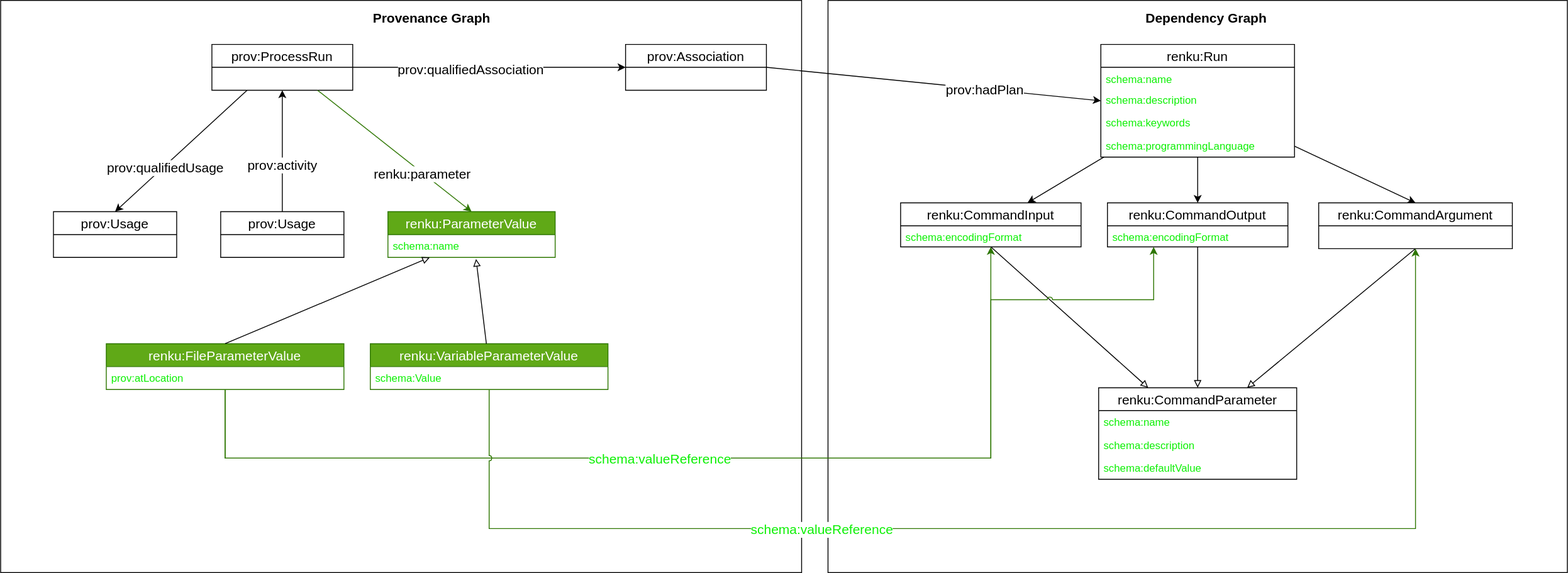
Before: design/001-new-workflow-commands/run-metadata.svg, a diagram exported from draw.io (SwissDataScienceCenter/renku-python). Source tidied: cells renumbered, new cells last; positions are measured from the earlier drawing's top-left corner, leaving out a move shared by most shapes.
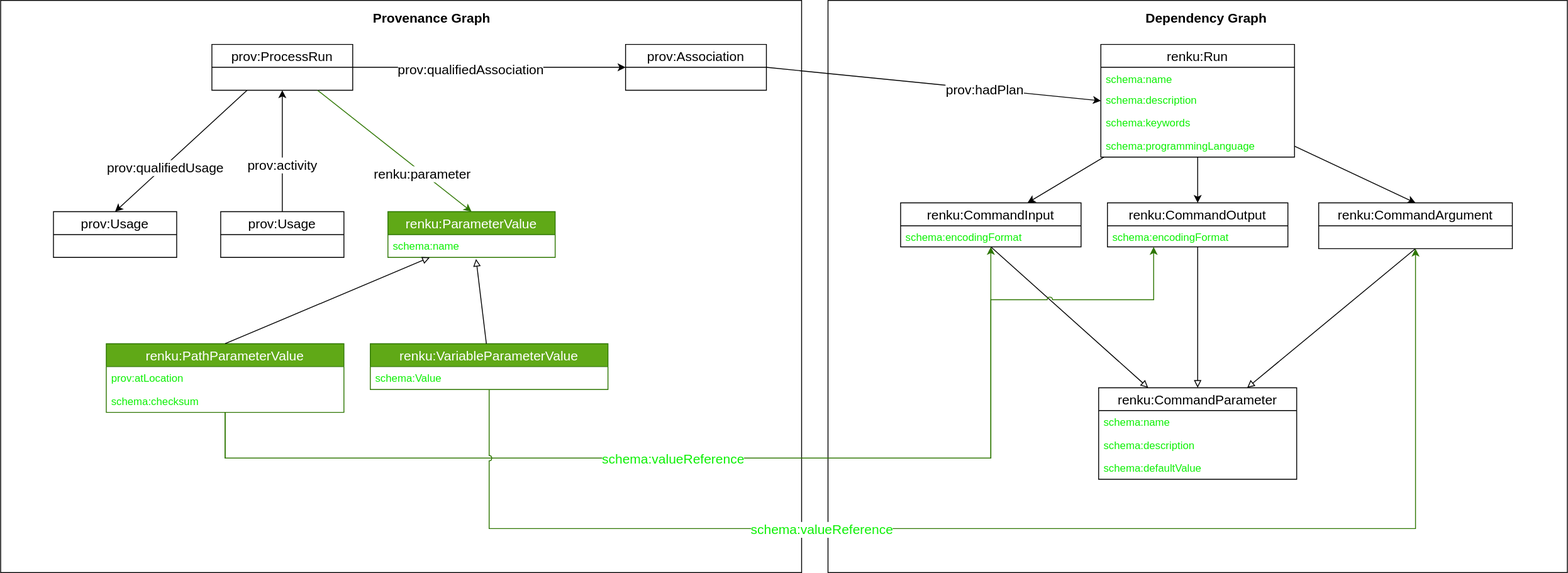
The same diagram one commit later.

Commit message:
add looped run metadata

Change to the diagram source:
```diff
@@ -38,12 +38,15 @@
     <mxCell id="13" value="renku:parameter" style="edgeLabel;html=1;align=center;verticalAlign=middle;fontSize=15;" parent="12" vertex="1">
       <mxGeometry x="0.37" y="-1" relative="1" as="geometry" />
     </mxCell>
-    <mxCell id="14" value="renku:FileParameterValue" style="swimlane;fontStyle=0;horizontal=1;startSize=26;fillColor=#60a917;fontSize=15;strokeColor=#2D7600;fontColor=#ffffff;" parent="1" vertex="1">
-      <mxGeometry x="120" y="390" width="270" height="52" as="geometry" />
+    <mxCell id="14" value="renku:PathParameterValue" style="swimlane;fontStyle=0;horizontal=1;startSize=26;fillColor=#60a917;fontSize=15;strokeColor=#2D7600;fontColor=#ffffff;" parent="1" vertex="1">
+      <mxGeometry x="120" y="390" width="270" height="78" as="geometry" />
     </mxCell>
     <mxCell id="15" value="prov:atLocation" style="text;strokeColor=none;fillColor=none;align=left;verticalAlign=top;spacingLeft=4;spacingRight=4;overflow=hidden;fontColor=#0DF005;" parent="14" vertex="1">
       <mxGeometry y="26" width="270" height="26" as="geometry" />
     </mxCell>
+    <mxCell id="53" value="schema:checksum" style="text;strokeColor=none;fillColor=none;align=left;verticalAlign=top;spacingLeft=4;spacingRight=4;overflow=hidden;fontColor=#0DF005;" parent="14" vertex="1">
+      <mxGeometry y="52" width="270" height="26" as="geometry" />
+    </mxCell>
     <mxCell id="16" value="schema:name" style="text;strokeColor=none;fillColor=none;align=left;verticalAlign=top;spacingLeft=4;spacingRight=4;overflow=hidden;points=[[0,0.5],[1,0.5]];portConstraint=eastwest;fontColor=#0DF005;" parent="1" vertex="1">
       <mxGeometry x="440" y="266" width="190" height="26" as="geometry" />
     </mxCell>
```
